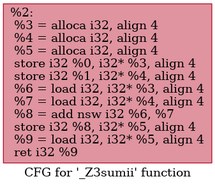
Above: introllvm/prefix_sum.png in lmcanavals/compilers_tbh (Graphviz), before the change. Its source is kept beside it as introllvm/prefix_sum.dot. The source it was exported from:
```dot
digraph "CFG for '_Z3sumii' function" {
	label="CFG for '_Z3sumii' function";

	Node0x1a21db0 [shape=record,color="#b70d28ff", style=filled, fillcolor="#b70d2870",label="{%2:\l  %3 = alloca i32, align 4\l  %4 = alloca i32, align 4\l  %5 = alloca i32, align 4\l  store i32 %0, i32* %3, align 4\l  store i32 %1, i32* %4, align 4\l  %6 = load i32, i32* %3, align 4\l  %7 = load i32, i32* %4, align 4\l  %8 = add nsw i32 %6, %7\l  store i32 %8, i32* %5, align 4\l  %9 = load i32, i32* %5, align 4\l  ret i32 %9\l}"];
}
```
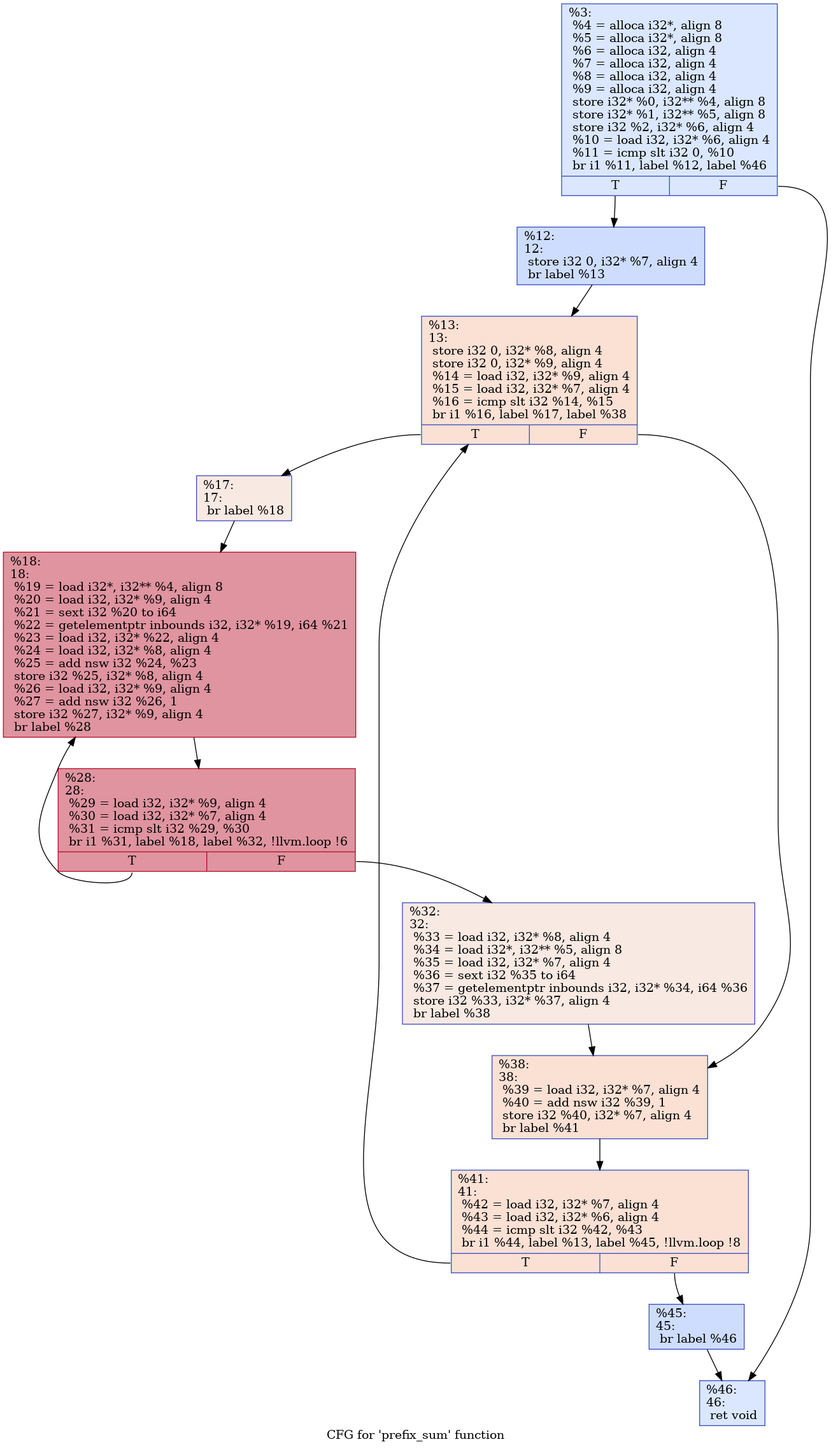
The same diagram one commit later.

Change to the diagram source:
```diff
@@ -1,5 +1,29 @@
-digraph "CFG for '_Z3sumii' function" {
-	label="CFG for '_Z3sumii' function";
+digraph "CFG for 'prefix_sum' function" {
+	label="CFG for 'prefix_sum' function";
 
-	Node0x1a21db0 [shape=record,color="#b70d28ff", style=filled, fillcolor="#b70d2870",label="{%2:\l  %3 = alloca i32, align 4\l  %4 = alloca i32, align 4\l  %5 = alloca i32, align 4\l  store i32 %0, i32* %3, align 4\l  store i32 %1, i32* %4, align 4\l  %6 = load i32, i32* %3, align 4\l  %7 = load i32, i32* %4, align 4\l  %8 = add nsw i32 %6, %7\l  store i32 %8, i32* %5, align 4\l  %9 = load i32, i32* %5, align 4\l  ret i32 %9\l}"];
+	Node0x6c0eb0 [shape=record,color="#3d50c3ff", style=filled, fillcolor="#abc8fd70",label="{%3:\l  %4 = alloca i32*, align 8\l  %5 = alloca i32*, align 8\l  %6 = alloca i32, align 4\l  %7 = alloca i32, align 4\l  %8 = alloca i32, align 4\l  %9 = alloca i32, align 4\l  store i32* %0, i32** %4, align 8\l  store i32* %1, i32** %5, align 8\l  store i32 %2, i32* %6, align 4\l  %10 = load i32, i32* %6, align 4\l  %11 = icmp slt i32 0, %10\l  br i1 %11, label %12, label %46\l|{<s0>T|<s1>F}}"];
+	Node0x6c0eb0:s0 -> Node0x6c15f0;
+	Node0x6c0eb0:s1 -> Node0x6c18e0;
+	Node0x6c15f0 [shape=record,color="#3d50c3ff", style=filled, fillcolor="#8fb1fe70",label="{%12:\l12:                                               \l  store i32 0, i32* %7, align 4\l  br label %13\l}"];
+	Node0x6c15f0 -> Node0x6c1a20;
+	Node0x6c1a20 [shape=record,color="#3d50c3ff", style=filled, fillcolor="#f7b99e70",label="{%13:\l13:                                               \l  store i32 0, i32* %8, align 4\l  store i32 0, i32* %9, align 4\l  %14 = load i32, i32* %9, align 4\l  %15 = load i32, i32* %7, align 4\l  %16 = icmp slt i32 %14, %15\l  br i1 %16, label %17, label %38\l|{<s0>T|<s1>F}}"];
+	Node0x6c1a20:s0 -> Node0x6c1d70;
+	Node0x6c1a20:s1 -> Node0x6c1dc0;
+	Node0x6c1d70 [shape=record,color="#3d50c3ff", style=filled, fillcolor="#efcebd70",label="{%17:\l17:                                               \l  br label %18\l}"];
+	Node0x6c1d70 -> Node0x6c1f00;
+	Node0x6c1f00 [shape=record,color="#b70d28ff", style=filled, fillcolor="#b70d2870",label="{%18:\l18:                                               \l  %19 = load i32*, i32** %4, align 8\l  %20 = load i32, i32* %9, align 4\l  %21 = sext i32 %20 to i64\l  %22 = getelementptr inbounds i32, i32* %19, i64 %21\l  %23 = load i32, i32* %22, align 4\l  %24 = load i32, i32* %8, align 4\l  %25 = add nsw i32 %24, %23\l  store i32 %25, i32* %8, align 4\l  %26 = load i32, i32* %9, align 4\l  %27 = add nsw i32 %26, 1\l  store i32 %27, i32* %9, align 4\l  br label %28\l}"];
+	Node0x6c1f00 -> Node0x6c24b0;
+	Node0x6c24b0 [shape=record,color="#b70d28ff", style=filled, fillcolor="#b70d2870",label="{%28:\l28:                                               \l  %29 = load i32, i32* %9, align 4\l  %30 = load i32, i32* %7, align 4\l  %31 = icmp slt i32 %29, %30\l  br i1 %31, label %18, label %32, !llvm.loop !6\l|{<s0>T|<s1>F}}"];
+	Node0x6c24b0:s0 -> Node0x6c1f00;
+	Node0x6c24b0:s1 -> Node0x6c26e0;
+	Node0x6c26e0 [shape=record,color="#3d50c3ff", style=filled, fillcolor="#efcebd70",label="{%32:\l32:                                               \l  %33 = load i32, i32* %8, align 4\l  %34 = load i32*, i32** %5, align 8\l  %35 = load i32, i32* %7, align 4\l  %36 = sext i32 %35 to i64\l  %37 = getelementptr inbounds i32, i32* %34, i64 %36\l  store i32 %33, i32* %37, align 4\l  br label %38\l}"];
+	Node0x6c26e0 -> Node0x6c1dc0;
+	Node0x6c1dc0 [shape=record,color="#3d50c3ff", style=filled, fillcolor="#f7b99e70",label="{%38:\l38:                                               \l  %39 = load i32, i32* %7, align 4\l  %40 = add nsw i32 %39, 1\l  store i32 %40, i32* %7, align 4\l  br label %41\l}"];
+	Node0x6c1dc0 -> Node0x6c39f0;
+	Node0x6c39f0 [shape=record,color="#3d50c3ff", style=filled, fillcolor="#f7b99e70",label="{%41:\l41:                                               \l  %42 = load i32, i32* %7, align 4\l  %43 = load i32, i32* %6, align 4\l  %44 = icmp slt i32 %42, %43\l  br i1 %44, label %13, label %45, !llvm.loop !8\l|{<s0>T|<s1>F}}"];
+	Node0x6c39f0:s0 -> Node0x6c1a20;
+	Node0x6c39f0:s1 -> Node0x6c3c20;
+	Node0x6c3c20 [shape=record,color="#3d50c3ff", style=filled, fillcolor="#8fb1fe70",label="{%45:\l45:                                               \l  br label %46\l}"];
+	Node0x6c3c20 -> Node0x6c18e0;
+	Node0x6c18e0 [shape=record,color="#3d50c3ff", style=filled, fillcolor="#abc8fd70",label="{%46:\l46:                                               \l  ret void\l}"];
 }
```
